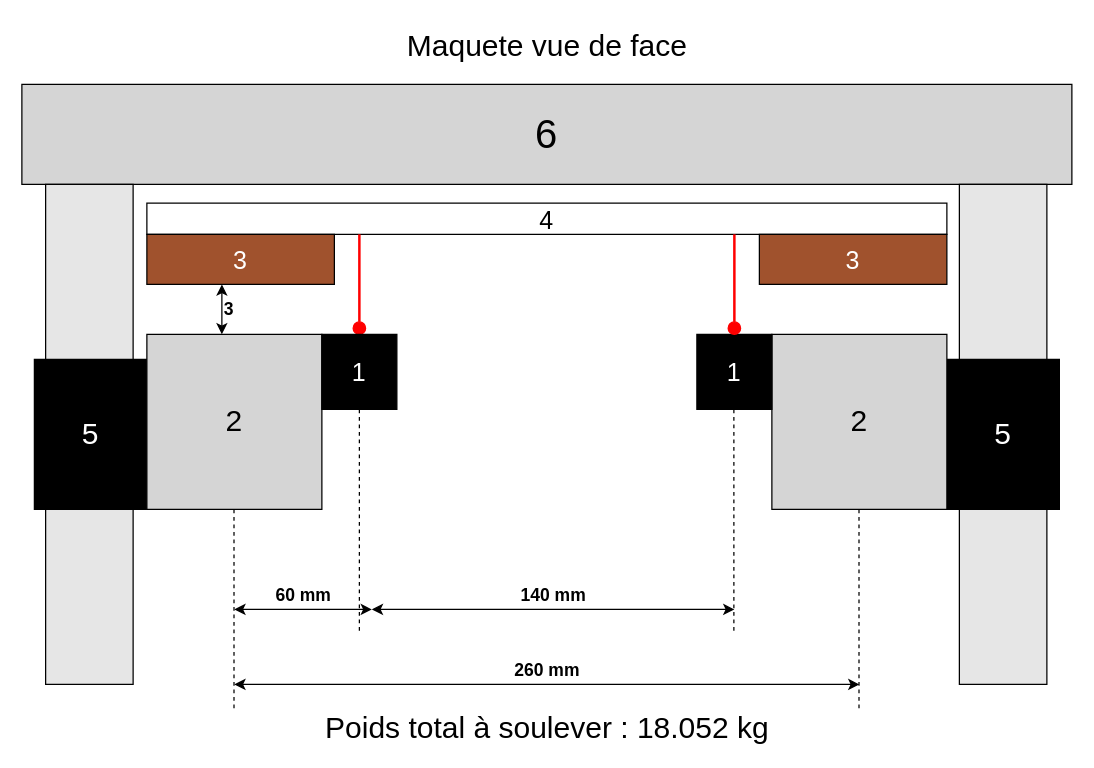
Before: assets/Chap2/MaquetteTaille.drawio in ulucinar-can/template-tb, a draw.io diagram. Source tidied: cells renumbered, new cells numbered last; positions are measured from the earlier drawing's top-left corner, leaving out a move shared by most shapes. Both pictures are drawn from the tidied source at 125%, with x=0, y=0 at pixel (21, 21).
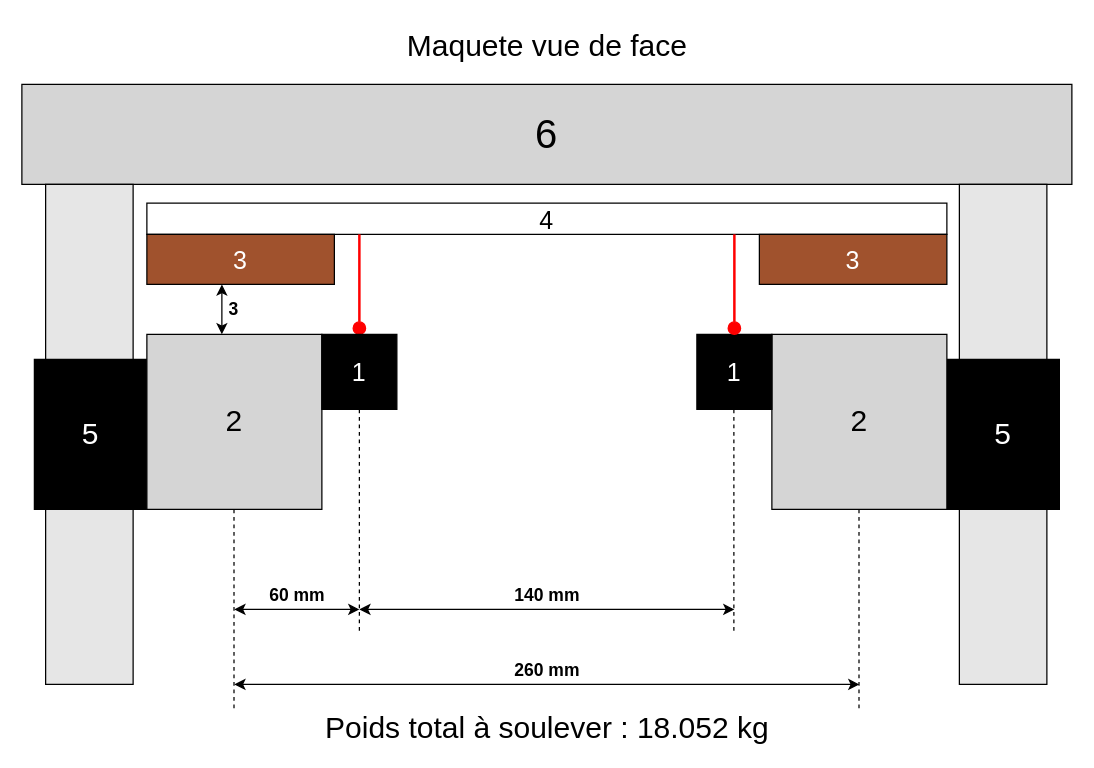
After the change.

Commit message (it also covers changes not shown here):
Modif schéma de la maquette et modif du texte descriptif dessous

Change to the diagram source:
```diff
@@
-    <mxCell id="12" value="&lt;b&gt;3&lt;/b&gt;" style="endArrow=classic;startArrow=classic;html=1;strokeColor=#000000;labelBackgroundColor=none;verticalAlign=middle;labelPosition=right;align=left;fontSize=14;" parent="1" edge="1">
+    <mxCell id="12" value="&lt;b&gt;&lt;font style=&quot;color: rgb(0, 0, 0);&quot;&gt;&amp;nbsp;3&lt;/font&gt;&lt;/b&gt;" style="endArrow=classic;startArrow=classic;html=1;strokeColor=#000000;labelBackgroundColor=none;verticalAlign=middle;labelPosition=right;align=left;fontSize=14;" parent="1" edge="1">
       <mxGeometry relative="1" as="geometry">
         <mxPoint x="160" y="210" as="sourcePoint" />
         <mxPoint x="160" y="250" as="targetPoint" />
       </mxGeometry>
     </mxCell>
     <mxCell id="13" value="&lt;b&gt;60 mm&lt;/b&gt;" style="endArrow=classic;startArrow=classic;html=1;strokeColor=#000000;labelBackgroundColor=none;verticalAlign=bottom;fontSize=14;" parent="1" edge="1">
       <mxGeometry relative="1" as="geometry">
         <mxPoint x="170" y="470" as="sourcePoint" />
-        <mxPoint x="280" y="470" as="targetPoint" />
+        <mxPoint x="270" y="470" as="targetPoint" />
       </mxGeometry>
     </mxCell>
@@
     <mxCell id="16" value="&lt;b&gt;140 mm&lt;/b&gt;" style="endArrow=classic;startArrow=classic;html=1;strokeColor=#000000;labelBackgroundColor=none;verticalAlign=bottom;fontSize=14;" parent="1" edge="1">
       <mxGeometry relative="1" as="geometry">
-        <mxPoint x="280" y="470" as="sourcePoint" />
+        <mxPoint x="270" y="470" as="sourcePoint" />
         <mxPoint x="570" y="470" as="targetPoint" />
       </mxGeometry>
     </mxCell>
```
